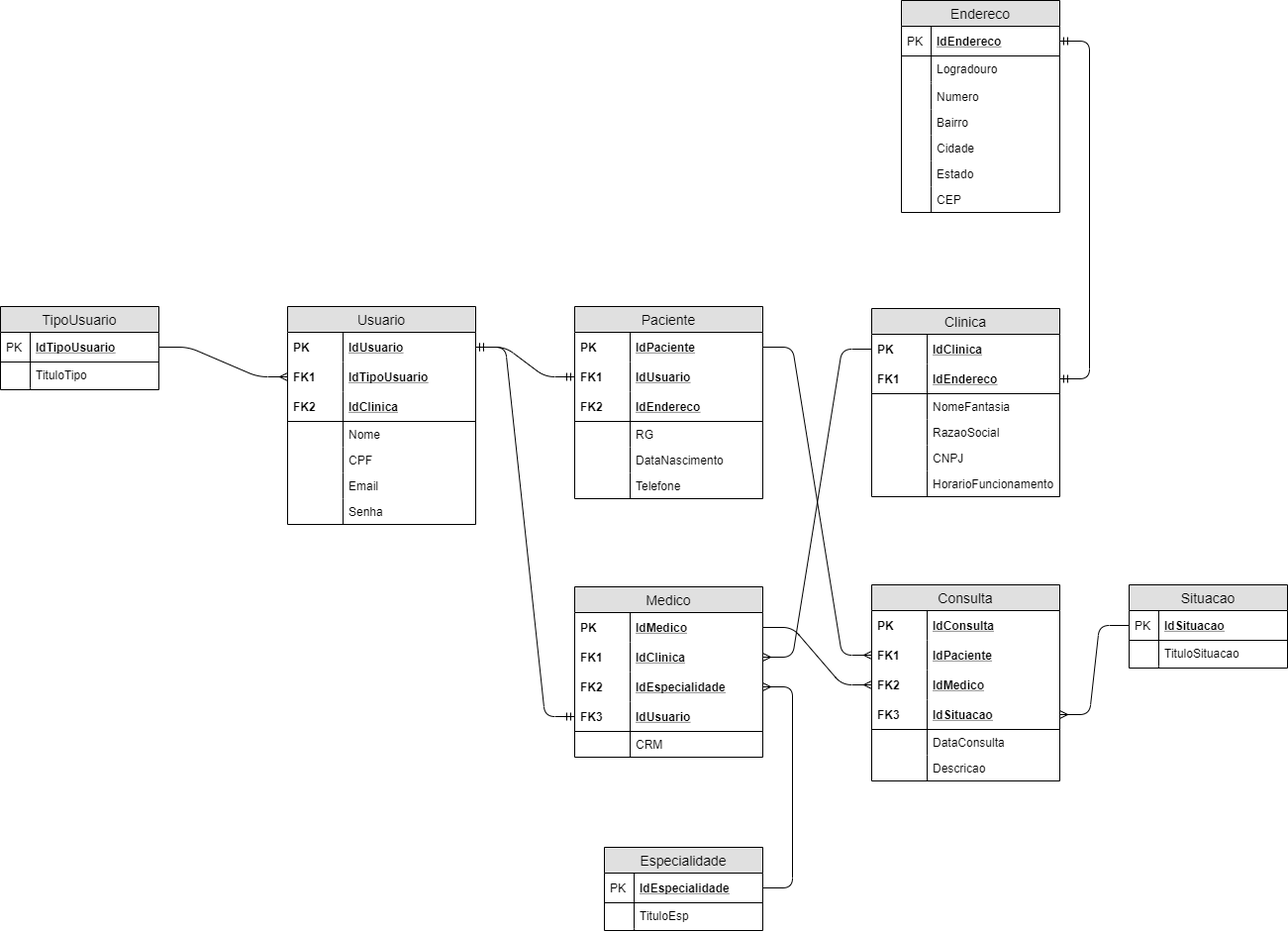
alexandre-ls94/Projeto-SPMedicalGroup keeps this draw.io diagram as Modelagem/ProjetoSPMedicalGroup-LOGICO.png. Above is the earlier version. Source tidied: cells renumbered, new cells last; positions are measured from the earlier drawing's top-left corner, leaving out a move shared by most shapes.
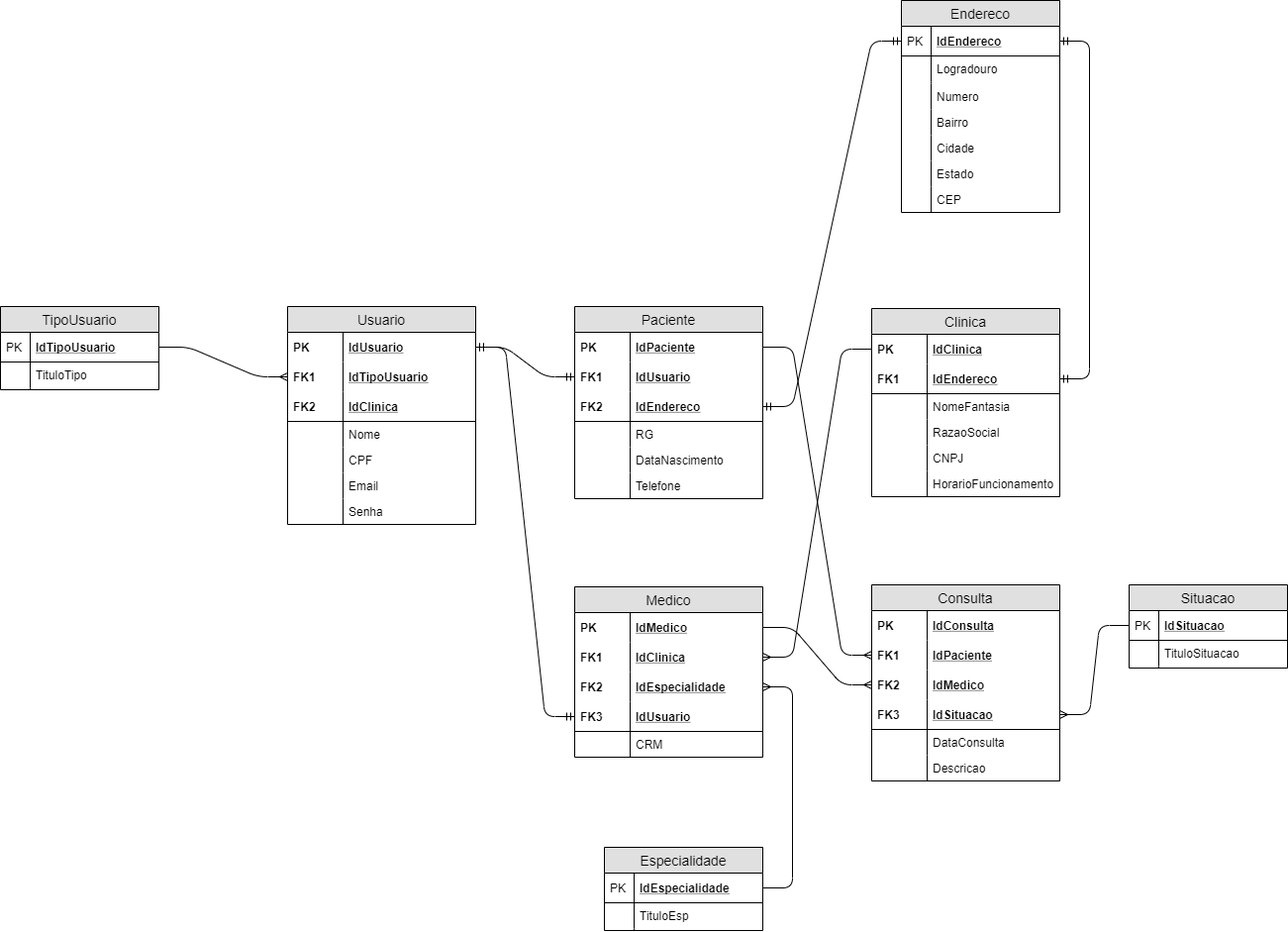
After the commit.

Diff of the diagram source:
```diff
@@ -338,5 +338,8 @@
     <mxCell id="113" style="edgeStyle=entityRelationEdgeStyle;fontSize=12;html=1;endArrow=ERmany;" parent="1" edge="1" source="82" target="97">
       <mxGeometry relative="1" as="geometry" />
     </mxCell>
+    <mxCell id="114" style="edgeStyle=entityRelationEdgeStyle;fontSize=12;html=1;endArrow=ERmandOne;startArrow=ERmandOne;" parent="1" edge="1" source="73" target="24">
+      <mxGeometry relative="1" as="geometry" />
+    </mxCell>
   </root>
 </mxGraphModel>
```
